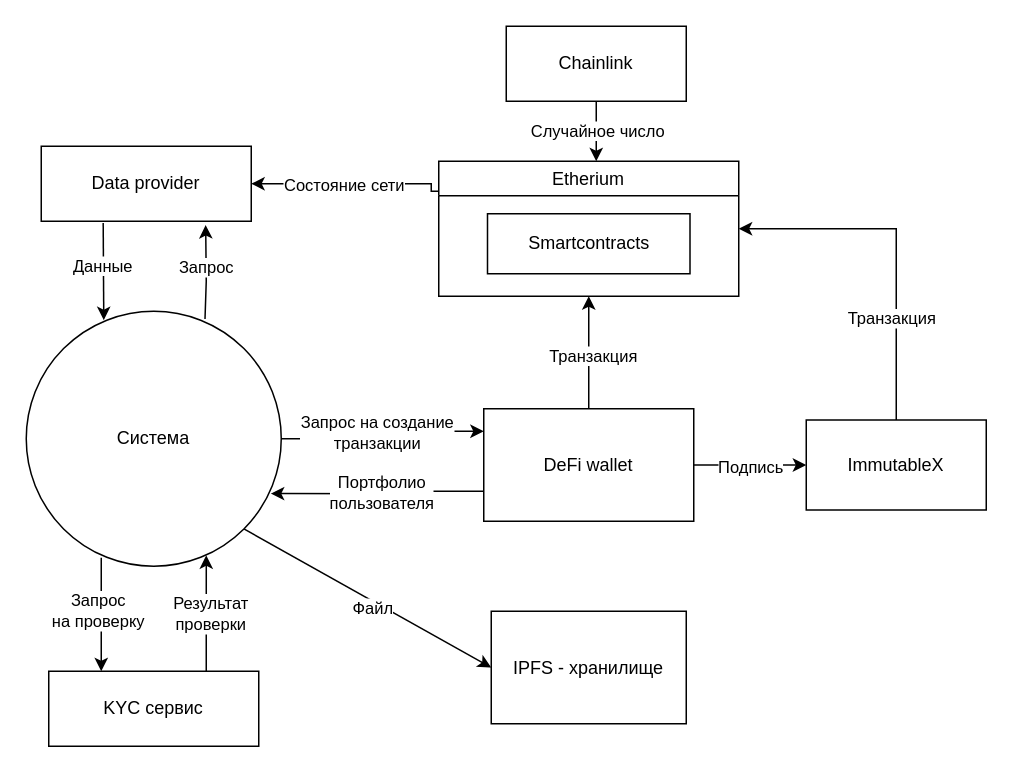
Before: CE/Контекстная.drawio in careock/diagrams, a draw.io diagram. Source tidied: cells renumbered, new cells numbered last; positions are measured from the earlier drawing's top-left corner, leaving out a move shared by most shapes. Both pictures are drawn from the tidied source at 150%, with x=0, y=0 at pixel (26, 26).
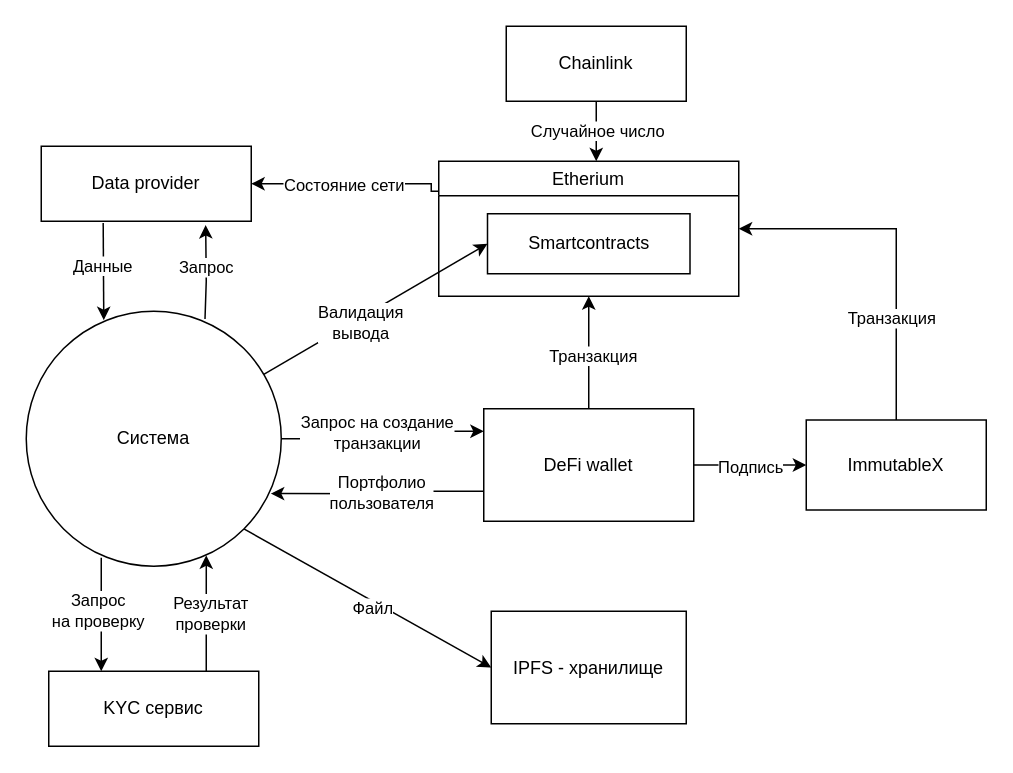
The same page after the edit.

The change refers to these unchanged cells:
```xml
<mxCell id="8" value="Система" style="ellipse;whiteSpace=wrap;html=1;" parent="1" vertex="1">
  <mxGeometry y="190" width="170" height="170" as="geometry" />
</mxCell>
<mxCell id="26" value="Smartcontracts" style="rounded=0;whiteSpace=wrap;html=1;" parent="25" vertex="1">
  <mxGeometry x="32.5" y="35" width="135" height="40" as="geometry" />
</mxCell>
```

The edit, as a diff of the source:
```diff
@@
+    <mxCell id="35" style="rounded=0;jettySize=auto;html=1;entryX=0;entryY=0.5;entryDx=0;entryDy=0;" parent="1" edge="1" source="8" target="26">
+      <mxGeometry relative="1" as="geometry" />
+    </mxCell>
+    <mxCell id="36" value="Валидация &lt;br&gt;вывода" style="edgeLabel;html=1;align=center;verticalAlign=middle;" parent="35" vertex="1">
+      <mxGeometry x="-0.15" y="-3" relative="1" as="geometry" />
+    </mxCell>
```
